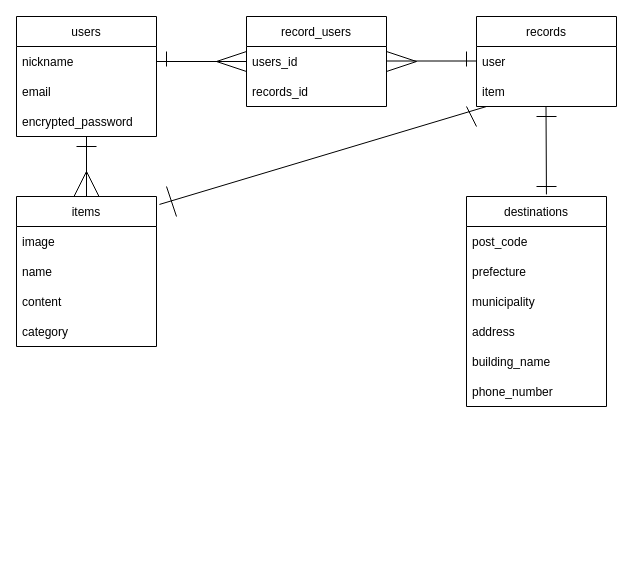
The draw.io diagram test.dio in kazuhira1228/furima-37853, before the edit. Source tidied: cells renumbered, new cells numbered last; positions are measured from the earlier drawing's top-left corner, leaving out a move shared by most shapes. Both pictures are drawn from the tidied source at 100%, with x=0, y=0 at pixel (16, 16).
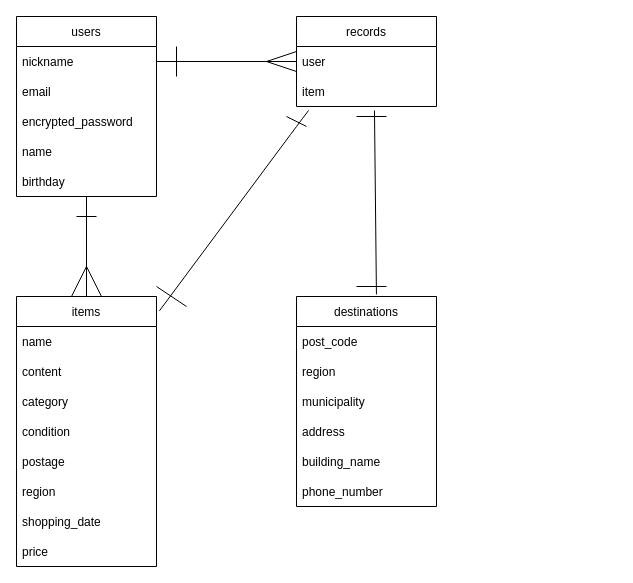
The same diagram, later.

Commit message (it also covers changes not shown here):
データベース設計　second commit

The change refers to these unchanged cells:
```xml
<mxCell id="6" value="nickname" style="text;strokeColor=none;fillColor=none;align=left;verticalAlign=middle;spacingLeft=4;spacingRight=4;overflow=hidden;points=[[0,0.5],[1,0.5]];portConstraint=eastwest;" parent="5" vertex="1">
  <mxGeometry y="30" width="140" height="30" as="geometry" />
</mxCell>
<mxCell id="17" value="user" style="text;strokeColor=none;fillColor=none;align=left;verticalAlign=middle;spacingLeft=4;spacingRight=4;overflow=hidden;points=[[0,0.5],[1,0.5]];portConstraint=eastwest;" parent="16" vertex="1">
  <mxGeometry y="30" width="140" height="30" as="geometry" />
</mxCell>
<mxCell id="18" value="item" style="text;strokeColor=none;fillColor=none;align=left;verticalAlign=middle;spacingLeft=4;spacingRight=4;overflow=hidden;points=[[0,0.5],[1,0.5]];portConstraint=eastwest;" parent="16" vertex="1">
  <mxGeometry y="60" width="140" height="30" as="geometry" />
</mxCell>
```

Change to the diagram source:
```diff
@@
-    <mxCell id="2" style="triangle;whiteSpace=wrap;html=1;direction=west;" parent="1" vertex="1">
-      <mxGeometry x="200" y="35" width="30" height="20" as="geometry" />
-    </mxCell>
-    <mxCell id="3" style="triangle;whiteSpace=wrap;html=1;" parent="1" vertex="1">
-      <mxGeometry x="370" y="35" width="30" height="20" as="geometry" />
+    <mxCell id="3" style="triangle;whiteSpace=wrap;html=1;direction=west;" parent="1" vertex="1">
+      <mxGeometry x="250" y="35" width="30" height="20" as="geometry" />
     </mxCell>
     <mxCell id="4" style="triangle;whiteSpace=wrap;html=1;rotation=-90;" parent="1" vertex="1">
-      <mxGeometry x="55" y="155" width="30" height="30" as="geometry" />
+      <mxGeometry x="55" y="250" width="30" height="30" as="geometry" />
     </mxCell>
     <mxCell id="5" value="users" style="swimlane;fontStyle=0;horizontal=1;startSize=30;" parent="1" vertex="1">
-      <mxGeometry width="140" height="120" as="geometry" />
+      <mxGeometry width="140" height="180" as="geometry" />
     </mxCell>
@@
-    <mxCell id="7" style="endArrow=none;html=1;" parent="5" edge="1">
-      <mxGeometry relative="1" as="geometry">
-        <mxPoint x="150" y="50" as="sourcePoint" />
-        <mxPoint x="150" y="35" as="targetPoint" />
-      </mxGeometry>
-    </mxCell>
+    <mxCell id="39" style="endArrow=none;html=1;" parent="5" edge="1">
+      <mxGeometry relative="1" as="geometry">
+        <mxPoint x="160" y="60" as="sourcePoint" />
+        <mxPoint x="160" y="30" as="targetPoint" />
+      </mxGeometry>
+    </mxCell>
@@
+    <mxCell id="40" value="name    " style="text;strokeColor=none;fillColor=none;align=left;verticalAlign=middle;spacingLeft=4;spacingRight=4;overflow=hidden;" parent="5" vertex="1">
+      <mxGeometry y="120" width="140" height="30" as="geometry" />
+    </mxCell>
+    <mxCell id="41" style="endArrow=none;html=1;" parent="5" edge="1">
+      <mxGeometry relative="1" as="geometry">
+        <mxPoint x="60" y="200" as="sourcePoint" />
+        <mxPoint x="80" y="200" as="targetPoint" />
+      </mxGeometry>
+    </mxCell>
+    <mxCell id="42" value="birthday" style="text;strokeColor=none;fillColor=none;align=left;verticalAlign=middle;spacingLeft=4;spacingRight=4;overflow=hidden;" parent="5" vertex="1">
+      <mxGeometry y="150" width="140" height="30" as="geometry" />
+    </mxCell>
     <mxCell id="10" value="items" style="swimlane;fontStyle=0;horizontal=1;startSize=30;" parent="1" vertex="1">
-      <mxGeometry y="180" width="140" height="150" as="geometry" />
+      <mxGeometry y="280" width="140" height="270" as="geometry" />
     </mxCell>
-    <mxCell id="11" style="endArrow=none;html=1;" parent="10" edge="1">
-      <mxGeometry relative="1" as="geometry">
-        <mxPoint x="160" y="20" as="sourcePoint" />
-        <mxPoint x="150" y="-10" as="targetPoint" />
-      </mxGeometry>
-    </mxCell>
-    <mxCell id="12" value="image" style="text;strokeColor=none;fillColor=none;align=left;verticalAlign=middle;spacingLeft=4;spacingRight=4;overflow=hidden;" parent="10" vertex="1">
-      <mxGeometry y="30" width="140" height="30" as="geometry" />
-    </mxCell>
     <mxCell id="13" value="name" style="text;strokeColor=none;fillColor=none;align=left;verticalAlign=middle;spacingLeft=4;spacingRight=4;overflow=hidden;" parent="10" vertex="1">
-      <mxGeometry y="60" width="140" height="30" as="geometry" />
+      <mxGeometry y="30" width="140" height="30" as="geometry" />
     </mxCell>
     <mxCell id="14" value="content" style="text;strokeColor=none;fillColor=none;align=left;verticalAlign=middle;spacingLeft=4;spacingRight=4;overflow=hidden;" parent="10" vertex="1">
-      <mxGeometry y="90" width="140" height="30" as="geometry" />
+      <mxGeometry y="60" width="140" height="30" as="geometry" />
     </mxCell>
     <mxCell id="15" value="category" style="text;strokeColor=none;fillColor=none;align=left;verticalAlign=middle;spacingLeft=4;spacingRight=4;overflow=hidden;" parent="10" vertex="1">
-      <mxGeometry y="120" width="140" height="30" as="geometry" />
+      <mxGeometry y="90" width="140" height="30" as="geometry" />
     </mxCell>
+    <mxCell id="43" value="condition" style="text;strokeColor=none;fillColor=none;align=left;verticalAlign=middle;spacingLeft=4;spacingRight=4;overflow=hidden;" parent="10" vertex="1">
+      <mxGeometry y="120" width="140" height="30" as="geometry" />
+    </mxCell>
+    <mxCell id="44" value="postage" style="text;strokeColor=none;fillColor=none;align=left;verticalAlign=middle;spacingLeft=4;spacingRight=4;overflow=hidden;" parent="10" vertex="1">
+      <mxGeometry y="150" width="140" height="30" as="geometry" />
+    </mxCell>
+    <mxCell id="45" value="region" style="text;strokeColor=none;fillColor=none;align=left;verticalAlign=middle;spacingLeft=4;spacingRight=4;overflow=hidden;" parent="10" vertex="1">
+      <mxGeometry y="180" width="140" height="30" as="geometry" />
+    </mxCell>
+    <mxCell id="46" value="shopping_date" style="text;strokeColor=none;fillColor=none;align=left;verticalAlign=middle;spacingLeft=4;spacingRight=4;overflow=hidden;" parent="10" vertex="1">
+      <mxGeometry y="210" width="140" height="30" as="geometry" />
+    </mxCell>
+    <mxCell id="47" value="price" style="text;strokeColor=none;fillColor=none;align=left;verticalAlign=middle;spacingLeft=4;spacingRight=4;overflow=hidden;" parent="10" vertex="1">
+      <mxGeometry y="240" width="140" height="30" as="geometry" />
+    </mxCell>
     <mxCell id="16" value="records" style="swimlane;fontStyle=0;horizontal=1;startSize=30;" parent="1" vertex="1">
-      <mxGeometry x="460" width="140" height="90" as="geometry" />
+      <mxGeometry x="280" width="140" height="90" as="geometry" />
     </mxCell>
@@
+    <mxCell id="48" style="endArrow=none;html=1;" parent="16" edge="1">
+      <mxGeometry relative="1" as="geometry">
+        <mxPoint x="60" y="100" as="sourcePoint" />
+        <mxPoint x="90" y="100" as="targetPoint" />
+      </mxGeometry>
+    </mxCell>
@@
     <mxCell id="19" value="destinations" style="swimlane;fontStyle=0;horizontal=1;startSize=30;" parent="1" vertex="1">
-      <mxGeometry x="450" y="180" width="140" height="210" as="geometry" />
+      <mxGeometry x="280" y="280" width="140" height="210" as="geometry" />
     </mxCell>
@@
-    <mxCell id="21" value="prefecture" style="text;strokeColor=none;fillColor=none;align=left;verticalAlign=middle;spacingLeft=4;spacingRight=4;overflow=hidden;" parent="19" vertex="1">
-      <mxGeometry y="60" width="140" height="30" as="geometry" />
-    </mxCell>
-    <mxCell id="22" value="municipality" style="text;strokeColor=none;fillColor=none;align=left;verticalAlign=middle;spacingLeft=4;spacingRight=4;overflow=hidden;" parent="19" vertex="1">
-      <mxGeometry y="90" width="140" height="30" as="geometry" />
+    <mxCell id="22" value="region" style="text;strokeColor=none;fillColor=none;align=left;verticalAlign=middle;spacingLeft=4;spacingRight=4;overflow=hidden;" parent="19" vertex="1">
+      <mxGeometry y="60" width="140" height="30" as="geometry" />
     </mxCell>
+    <mxCell id="49" value="municipality" style="text;strokeColor=none;fillColor=none;align=left;verticalAlign=middle;spacingLeft=4;spacingRight=4;overflow=hidden;" parent="19" vertex="1">
+      <mxGeometry y="90" width="140" height="30" as="geometry" />
+    </mxCell>
@@
-    <mxCell id="26" value="record_users" style="swimlane;fontStyle=0;horizontal=1;startSize=30;" parent="1" vertex="1">
-      <mxGeometry x="230" width="140" height="90" as="geometry" />
-    </mxCell>
-    <mxCell id="27" value="users_id" style="text;strokeColor=none;fillColor=none;align=left;verticalAlign=middle;spacingLeft=4;spacingRight=4;overflow=hidden;points=[[0,0.5],[1,0.5]];portConstraint=eastwest;" parent="26" vertex="1">
-      <mxGeometry y="30" width="140" height="30" as="geometry" />
-    </mxCell>
-    <mxCell id="28" value="records_id" style="text;strokeColor=none;fillColor=none;align=left;verticalAlign=middle;spacingLeft=4;spacingRight=4;overflow=hidden;" parent="26" vertex="1">
-      <mxGeometry y="60" width="140" height="30" as="geometry" />
-    </mxCell>
-    <mxCell id="29" style="endArrow=none;html=1;entryX=0;entryY=0.5;entryDx=0;entryDy=0;exitX=1;exitY=0.5;exitDx=0;exitDy=0;" parent="1" edge="1" source="6" target="27">
+    <mxCell id="29" style="endArrow=none;html=1;entryX=0;entryY=0.5;entryDx=0;entryDy=0;exitX=1;exitY=0.5;exitDx=0;exitDy=0;" parent="1" edge="1" source="6" target="17">
       <mxGeometry relative="1" as="geometry" />
     </mxCell>
-    <mxCell id="30" style="endArrow=none;html=1;entryX=0;entryY=0.5;entryDx=0;entryDy=0;exitX=1;exitY=0.5;exitDx=0;exitDy=0;" parent="1" edge="1">
-      <mxGeometry relative="1" as="geometry">
-        <mxPoint x="370" y="44.5" as="sourcePoint" />
-        <mxPoint x="460" y="44.5" as="targetPoint" />
-      </mxGeometry>
-    </mxCell>
-    <mxCell id="31" style="endArrow=none;html=1;exitX=0.5;exitY=0;exitDx=0;exitDy=0;" parent="1" edge="1" source="10">
-      <mxGeometry relative="1" as="geometry">
-        <mxPoint x="70" y="120" as="targetPoint" />
-      </mxGeometry>
-    </mxCell>
-    <mxCell id="32" style="endArrow=none;html=1;exitX=0.571;exitY=-0.01;exitDx=0;exitDy=0;exitPerimeter=0;" parent="1" edge="1" source="19">
-      <mxGeometry relative="1" as="geometry">
-        <mxPoint x="529.5" y="90" as="targetPoint" />
-      </mxGeometry>
+    <mxCell id="32" style="endArrow=none;html=1;exitX=0.571;exitY=-0.01;exitDx=0;exitDy=0;exitPerimeter=0;entryX=0.557;entryY=1.133;entryDx=0;entryDy=0;entryPerimeter=0;" parent="1" edge="1" source="19" target="18">
+      <mxGeometry relative="1" as="geometry" />
     </mxCell>
-    <mxCell id="33" style="endArrow=none;html=1;exitX=1.021;exitY=0.053;exitDx=0;exitDy=0;exitPerimeter=0;" parent="1" edge="1" source="10">
+    <mxCell id="33" style="endArrow=none;html=1;exitX=1.021;exitY=0.053;exitDx=0;exitDy=0;exitPerimeter=0;entryX=0.086;entryY=1.133;entryDx=0;entryDy=0;entryPerimeter=0;" parent="1" edge="1" source="10" target="18">
       <mxGeometry relative="1" as="geometry">
-        <mxPoint x="470" y="90" as="targetPoint" />
+        <Array as="points">
+          <mxPoint x="280" y="110" />
+        </Array>
       </mxGeometry>
     </mxCell>
-    <mxCell id="34" style="endArrow=none;html=1;" parent="1" edge="1">
-      <mxGeometry relative="1" as="geometry">
-        <mxPoint x="60" y="130" as="sourcePoint" />
-        <mxPoint x="80" y="130" as="targetPoint" />
-      </mxGeometry>
-    </mxCell>
-    <mxCell id="35" style="endArrow=none;html=1;" parent="1" edge="1">
-      <mxGeometry relative="1" as="geometry">
-        <mxPoint x="520" y="100" as="sourcePoint" />
-        <mxPoint x="540" y="100" as="targetPoint" />
-      </mxGeometry>
-    </mxCell>
-    <mxCell id="36" style="endArrow=none;html=1;" parent="1" edge="1">
-      <mxGeometry relative="1" as="geometry">
-        <mxPoint x="520" y="170" as="sourcePoint" />
-        <mxPoint x="540" y="170" as="targetPoint" />
-      </mxGeometry>
-    </mxCell>
-    <mxCell id="37" style="endArrow=none;html=1;" parent="1" edge="1">
-      <mxGeometry relative="1" as="geometry">
-        <mxPoint x="450" y="50" as="sourcePoint" />
-        <mxPoint x="450" y="35" as="targetPoint" />
-      </mxGeometry>
-    </mxCell>
-    <mxCell id="38" style="endArrow=none;html=1;" parent="1" edge="1">
-      <mxGeometry relative="1" as="geometry">
-        <mxPoint x="460" y="110" as="sourcePoint" />
-        <mxPoint x="450" y="90" as="targetPoint" />
-      </mxGeometry>
-    </mxCell>
+    <mxCell id="50" style="endArrow=none;html=1;exitX=0;exitY=0.5;exitDx=0;exitDy=0;" parent="1" edge="1" source="4">
+      <mxGeometry relative="1" as="geometry">
+        <mxPoint x="70" y="180" as="targetPoint" />
+      </mxGeometry>
+    </mxCell>
+    <mxCell id="51" style="endArrow=none;html=1;" parent="1" edge="1">
+      <mxGeometry relative="1" as="geometry">
+        <mxPoint x="340" y="270" as="sourcePoint" />
+        <mxPoint x="370" y="270" as="targetPoint" />
+      </mxGeometry>
+    </mxCell>
+    <mxCell id="52" style="endArrow=none;html=1;" parent="1" edge="1">
+      <mxGeometry relative="1" as="geometry">
+        <mxPoint x="290" y="110" as="sourcePoint" />
+        <mxPoint x="270" y="100" as="targetPoint" />
+      </mxGeometry>
+    </mxCell>
+    <mxCell id="53" style="endArrow=none;html=1;" parent="1" edge="1">
+      <mxGeometry relative="1" as="geometry">
+        <mxPoint x="140" y="270" as="sourcePoint" />
+        <mxPoint x="170" y="290" as="targetPoint" />
+      </mxGeometry>
+    </mxCell>
```
